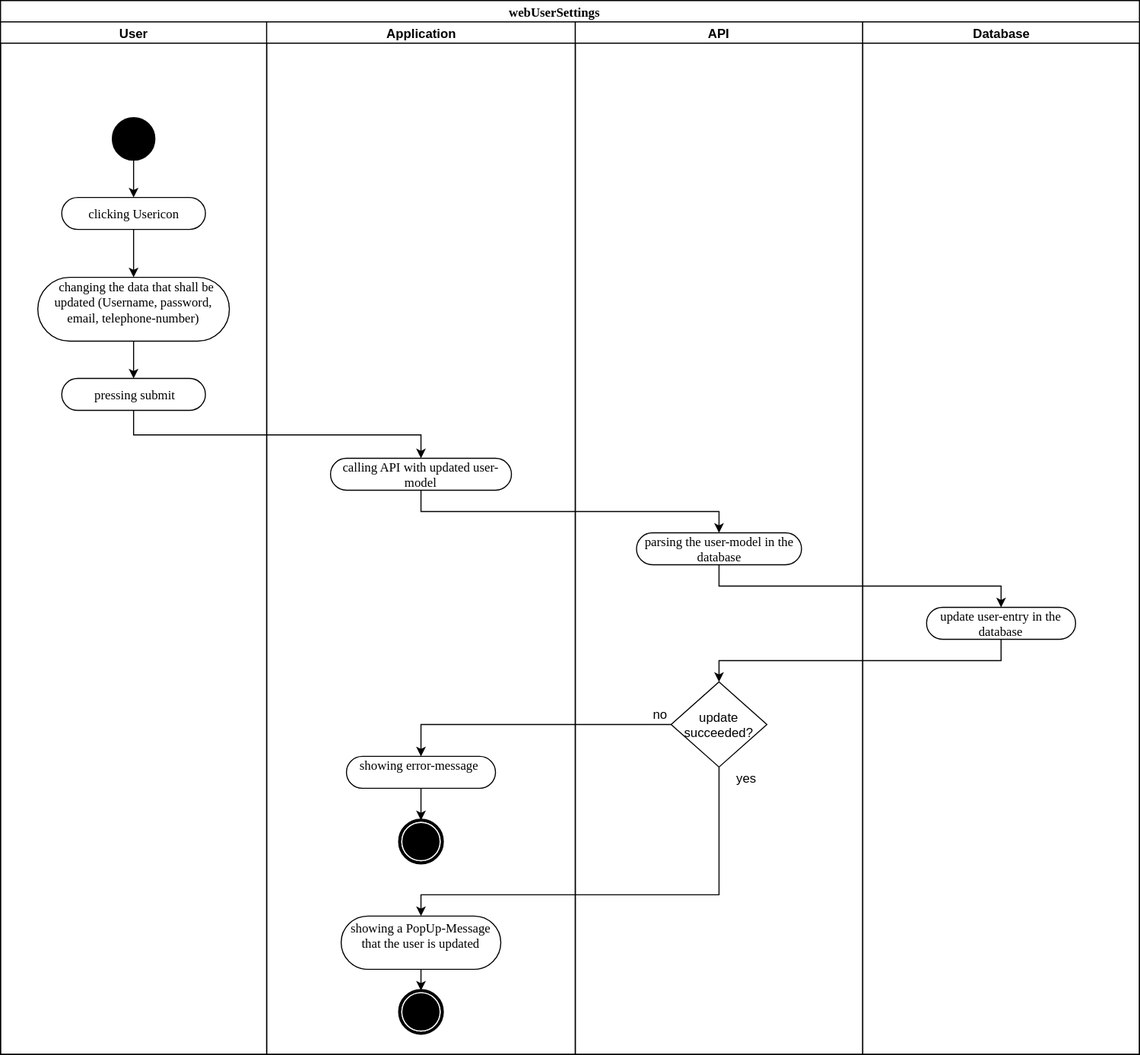
KeepThings/KeepThingsWeb keeps this draw.io diagram as recources/UseCases/webUserSettings/webUserSettings.svg. Above is the earlier version. Source tidied: cells renumbered, new cells last; positions are measured from the earlier drawing's top-left corner, leaving out a move shared by most shapes.
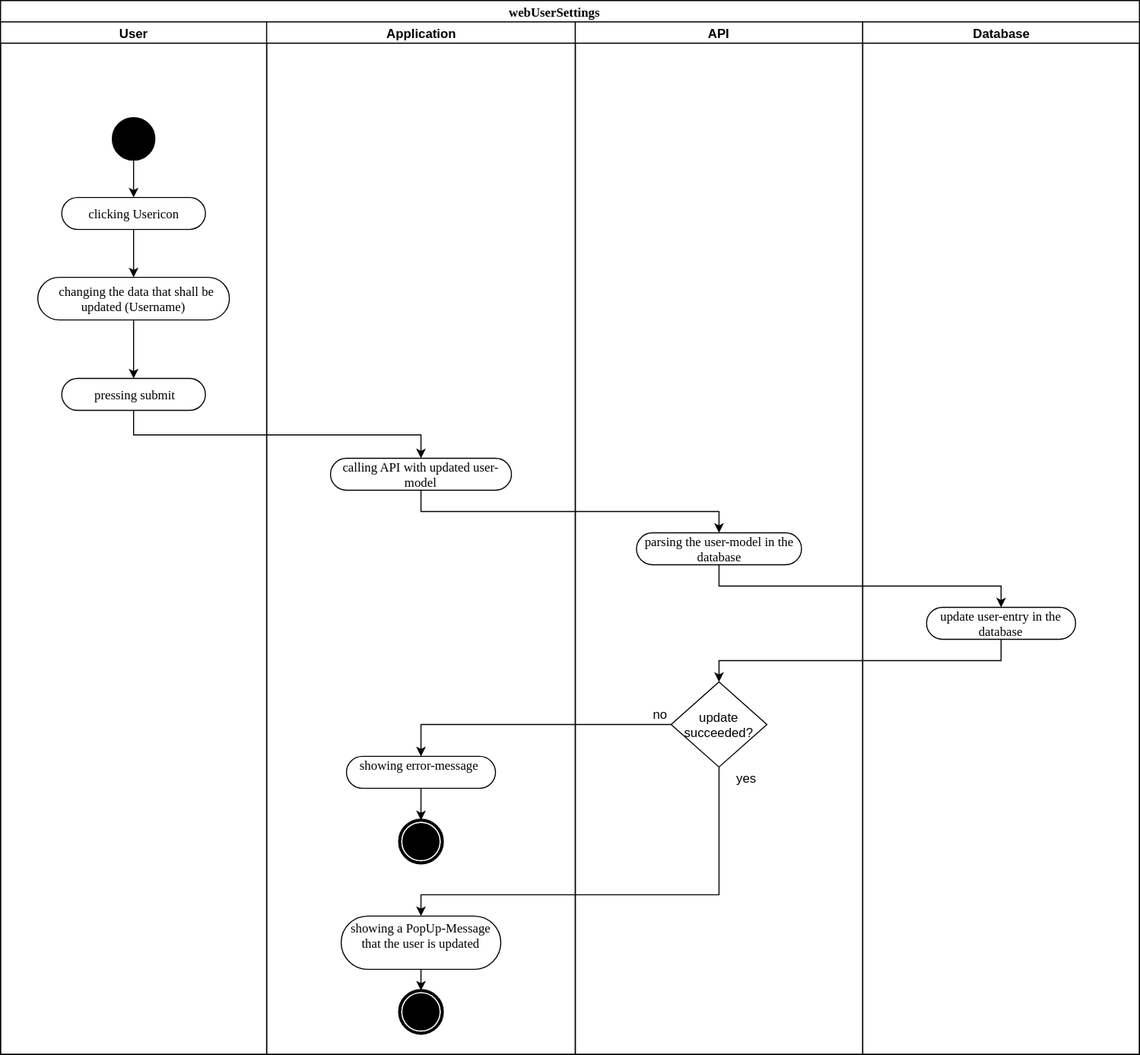
After the change.

Diff of the diagram source:
```diff
@@ -42,8 +42,8 @@
     <mxCell id="11" style="edgeStyle=orthogonalEdgeStyle;rounded=0;html=1;exitX=0.5;exitY=1;entryX=0.5;entryY=0;endArrow=classic;endFill=1;jettySize=auto;" parent="8" edge="1" source="9" target="10">
       <mxGeometry relative="1" as="geometry" />
     </mxCell>
-    <mxCell id="12" value="&amp;nbsp; changing the data that shall be updated (Username, password, email, telephone-number)" style="rounded=1;whiteSpace=wrap;html=1;shadow=0;comic=0;labelBackgroundColor=none;strokeColor=#000000;strokeWidth=1;fillColor=#ffffff;fontFamily=Verdana;fontSize=12;fontColor=#000000;align=center;arcSize=50;" parent="8" vertex="1">
-      <mxGeometry x="35" y="240" width="180" height="60" as="geometry" />
+    <mxCell id="12" value="&amp;nbsp; changing the data that shall be updated (Username)" style="rounded=1;whiteSpace=wrap;html=1;shadow=0;comic=0;labelBackgroundColor=none;strokeColor=#000000;strokeWidth=1;fillColor=#ffffff;fontFamily=Verdana;fontSize=12;fontColor=#000000;align=center;arcSize=50;" parent="8" vertex="1">
+      <mxGeometry x="35" y="240" width="180" height="40" as="geometry" />
     </mxCell>
     <mxCell id="13" style="edgeStyle=orthogonalEdgeStyle;rounded=0;html=1;exitX=0.5;exitY=1;entryX=0.5;entryY=0;endArrow=classic;endFill=1;jettySize=auto;" parent="8" edge="1" source="10" target="12">
       <mxGeometry relative="1" as="geometry" />
```
